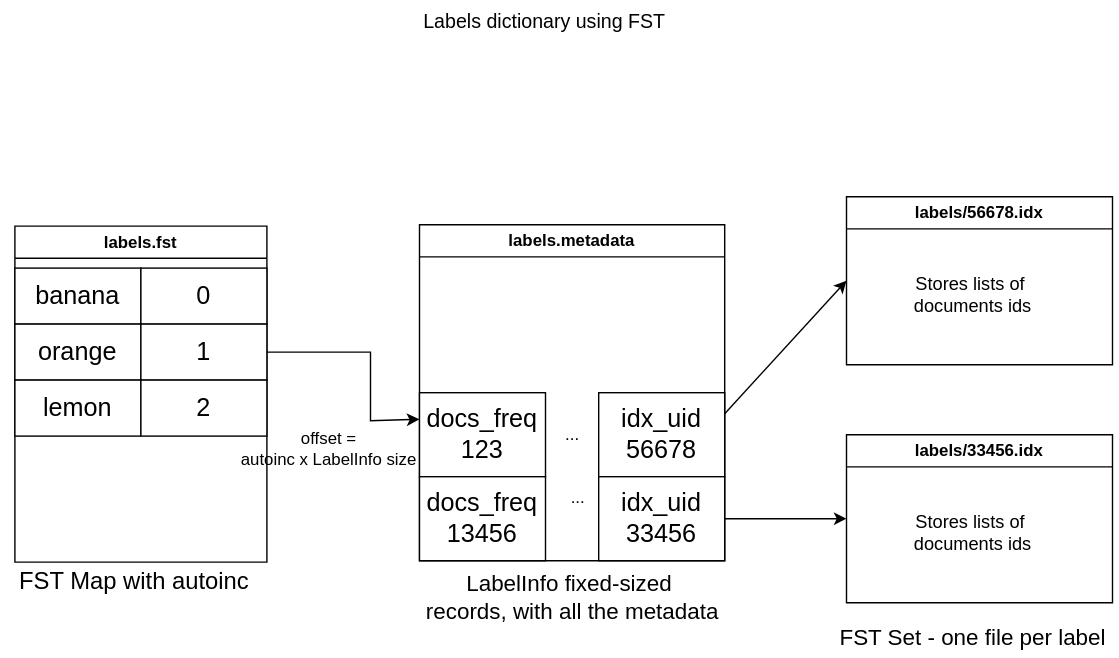
The draw.io diagram labels.drawio.svg in tarekziade/labels, before a commit. Source tidied: cells renumbered, new cells last; positions are measured from the earlier drawing's top-left corner, leaving out a move shared by most shapes.
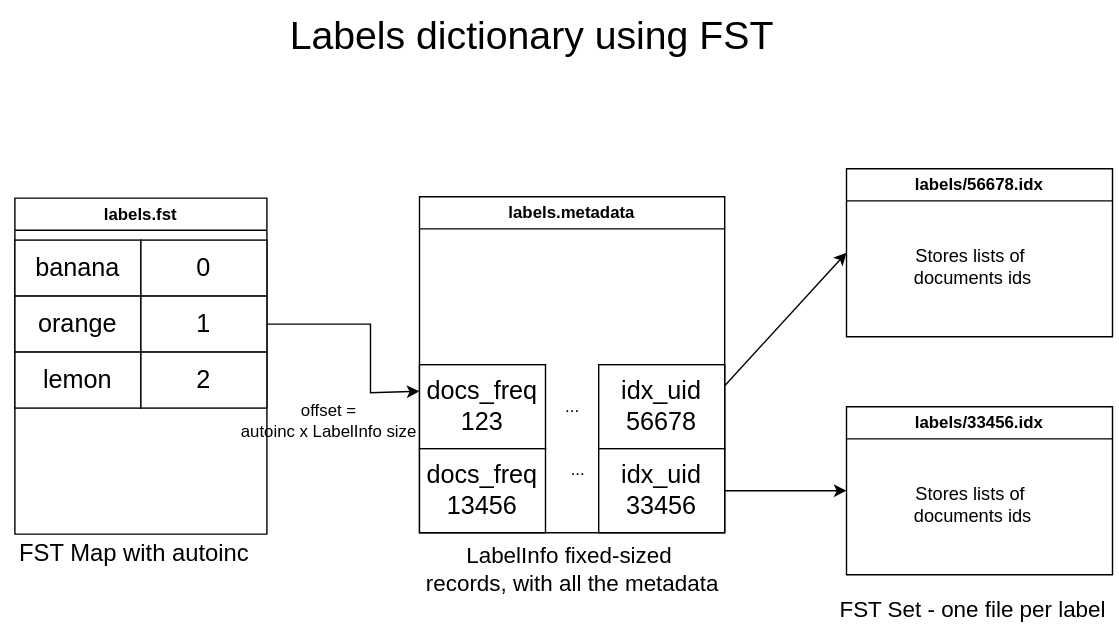
After the commit.

What changed in the source:
```diff
@@ -82,8 +82,8 @@
     <mxCell id="26" style="endArrow=classic;html=1;rounded=0;entryX=0;entryY=0.5;entryDx=0;entryDy=0;exitX=1;exitY=0.25;exitDx=0;exitDy=0;" parent="1" edge="1" source="11" target="24">
       <mxGeometry relative="1" as="geometry" />
     </mxCell>
-    <mxCell id="27" value="&lt;font style=&quot;font-size: 14px;&quot;&gt;Labels dictionary using FST&lt;/font&gt;" style="text;html=1;align=center;verticalAlign=middle;strokeColor=none;fillColor=none;" parent="1" vertex="1">
-      <mxGeometry x="288" width="200" height="30" as="geometry" />
+    <mxCell id="27" value="&lt;font style=&quot;font-size: 28px;&quot;&gt;Labels dictionary using FST&lt;/font&gt;" style="text;html=1;align=center;verticalAlign=middle;strokeColor=none;fillColor=none;fontSize=28;" parent="1" vertex="1">
+      <mxGeometry x="194" y="20" width="370" height="50" as="geometry" />
     </mxCell>
   </root>
 </mxGraphModel>
```
